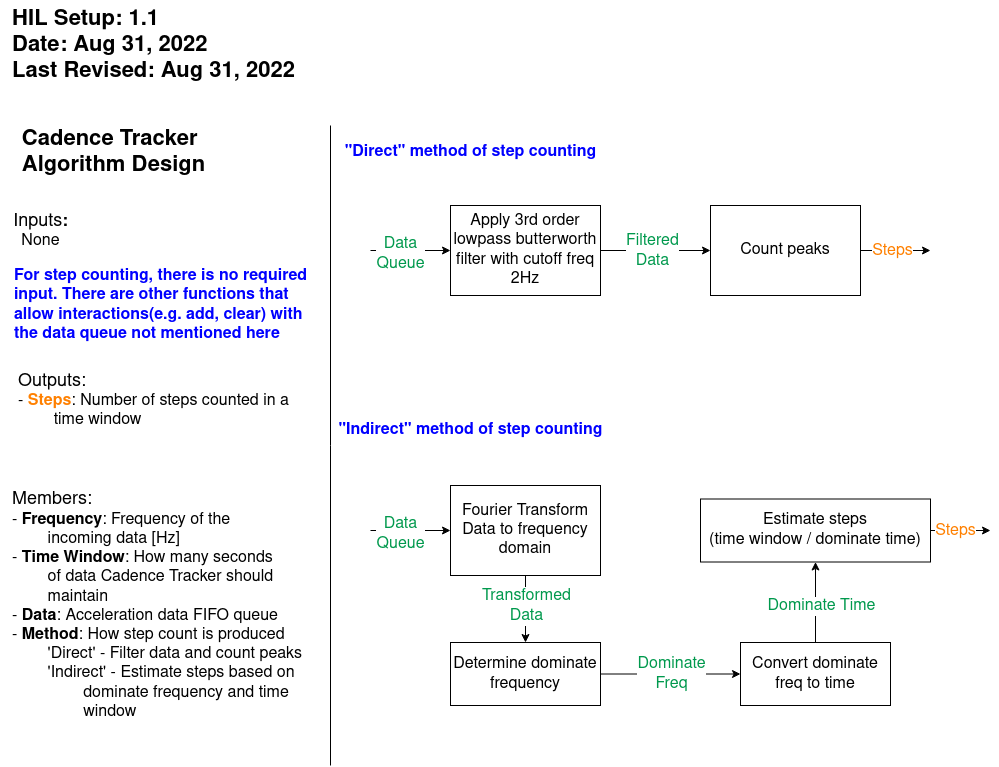
Before: docs/HIL1_1/HIL1_1-Page-4.png, a diagram exported from draw.io (ryankshub/MotorArmProject). Source tidied: cells renumbered, new cells last; positions are measured from the earlier drawing's top-left corner, leaving out a move shared by most shapes.
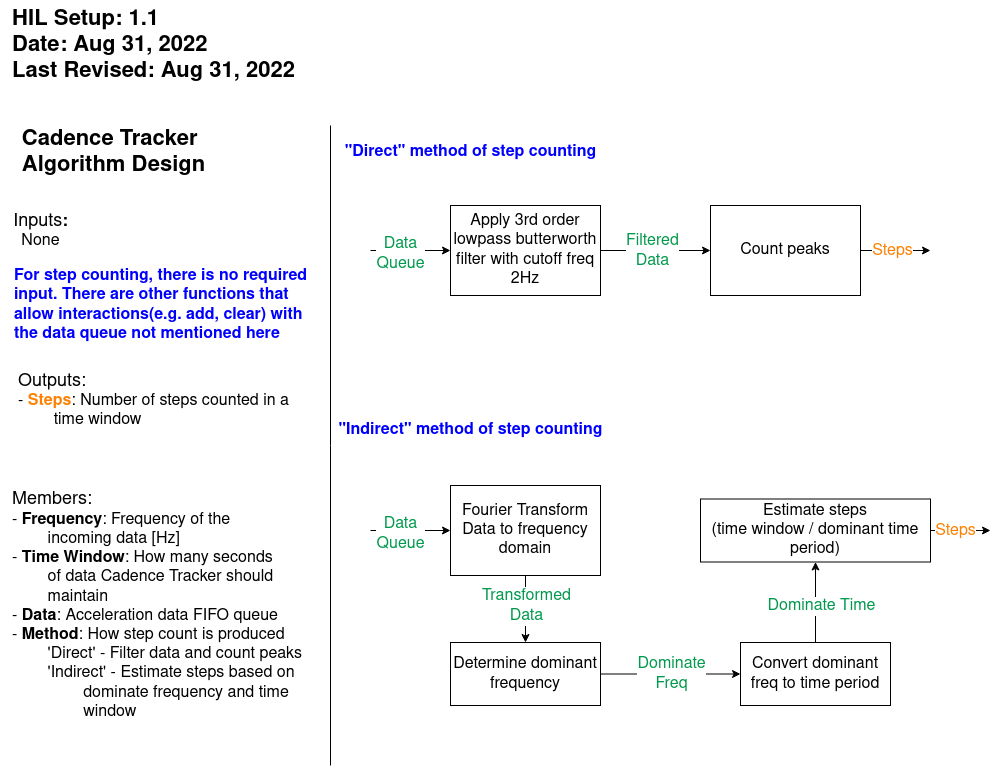
The same diagram one commit later.

Commit message:
Corrected spelling mistakes

Diff of the diagram source:
```diff
@@ -111,7 +111,7 @@
         <mxPoint x="19" y="1" as="offset" />
       </mxGeometry>
     </mxCell>
-    <mxCell id="30" value="Determine dominate frequency " style="rounded=0;whiteSpace=wrap;html=1;fontSize=16;fontColor=#000000;" parent="1" vertex="1">
+    <mxCell id="30" value="Determine dominant frequency " style="rounded=0;whiteSpace=wrap;html=1;fontSize=16;fontColor=#000000;" parent="1" vertex="1">
       <mxGeometry x="450" y="642" width="150" height="63" as="geometry" />
     </mxCell>
     <mxCell id="31" style="edgeStyle=orthogonalEdgeStyle;rounded=0;jettySize=auto;html=1;exitX=0.5;exitY=0;exitDx=0;exitDy=0;entryX=0.5;entryY=1;entryDx=0;entryDy=0;fontSize=16;fontColor=#FF8000;" parent="1" edge="1" source="33" target="34">
@@ -122,10 +122,10 @@
         <mxPoint x="8" y="14" as="offset" />
       </mxGeometry>
     </mxCell>
-    <mxCell id="33" value="Convert dominate freq to time" style="rounded=0;whiteSpace=wrap;html=1;fontSize=16;fontColor=#000000;" parent="1" vertex="1">
+    <mxCell id="33" value="Convert dominant freq to time period" style="rounded=0;whiteSpace=wrap;html=1;fontSize=16;fontColor=#000000;" parent="1" vertex="1">
       <mxGeometry x="740" y="642" width="150" height="63" as="geometry" />
     </mxCell>
-    <mxCell id="34" value="&lt;div&gt;Estimate steps &lt;br&gt;&lt;/div&gt;&lt;div&gt;(time window / dominate time) &lt;br&gt;&lt;/div&gt;" style="rounded=0;whiteSpace=wrap;html=1;fontSize=16;fontColor=#000000;" parent="1" vertex="1">
+    <mxCell id="34" value="&lt;div&gt;Estimate steps &lt;br&gt;&lt;/div&gt;&lt;div&gt;(time window / dominant time period) &lt;br&gt;&lt;/div&gt;" style="rounded=0;whiteSpace=wrap;html=1;fontSize=16;fontColor=#000000;" parent="1" vertex="1">
       <mxGeometry x="700" y="498.5" width="230" height="63" as="geometry" />
     </mxCell>
   </root>
```
